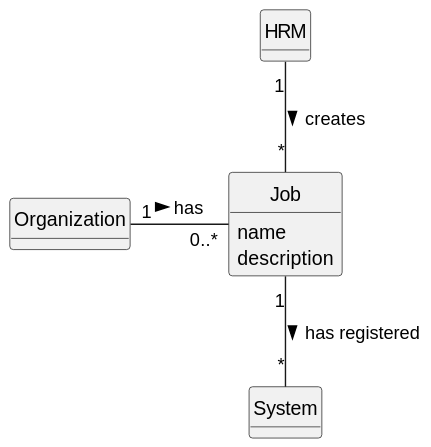
The PlantUML diagram docs/sprintA/us002/02.analysis/svg/us002-domain-model.svg in daniel41silva05/ISEP_2023_2024_LAPR2, before a commit.
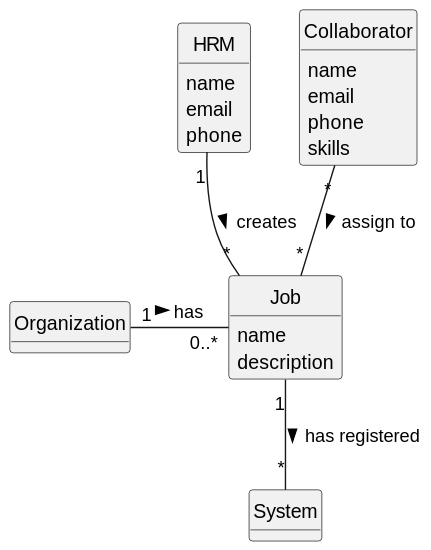
Later version of the same file.

Commit message:
Update US02 Domain Model

Diff of the diagram source:
```diff
@@ -23,11 +23,20 @@
 
 
 class HRM {
-
+    name
+    email
+    phone
 }
 
+class Collaborator {
+    name
+    email
+    phone
+    skills
+}
 
 Organization "1" - "0..*" Job: has >
 Job "1" -- "*" System : has registered >
 HRM "1" -- "*" Job : creates   >
+Collaborator "*" -- "*" Job : assign to >
 @enduml
```
